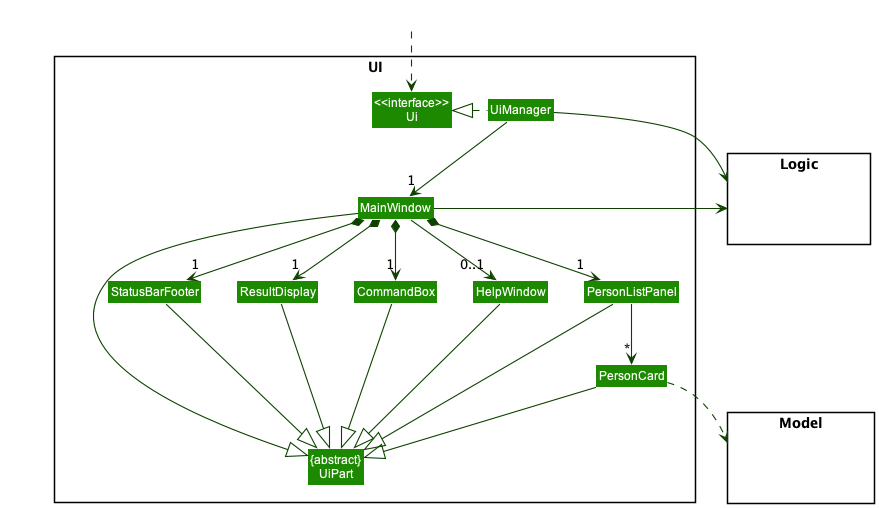
This is docs/images/UiClassDiagram.png from nus-cs2103-AY2223S1/tp, a PlantUML export, as it was before one commit.
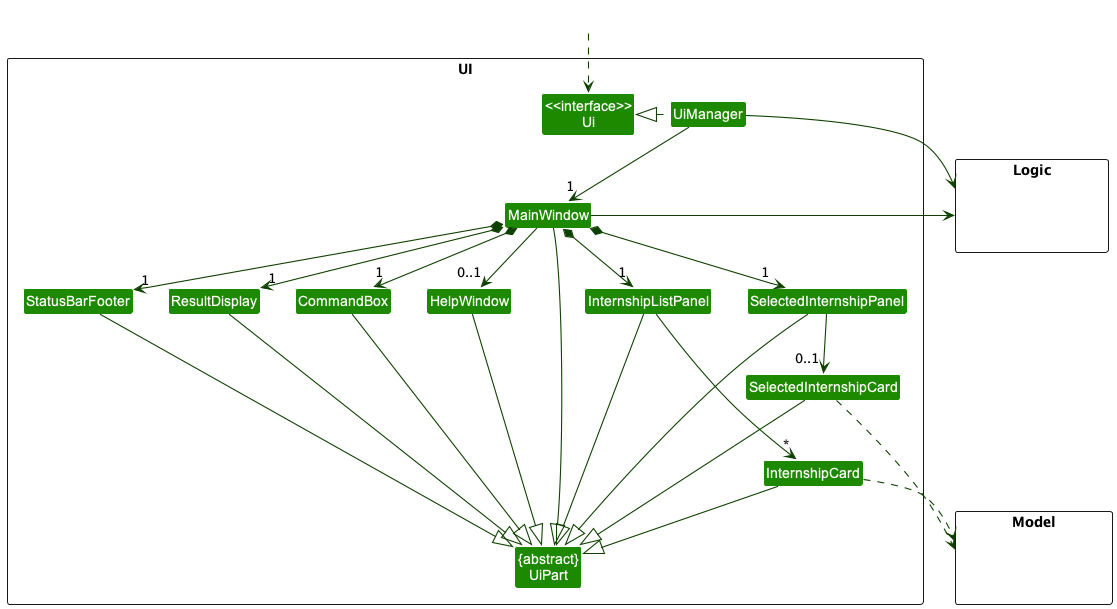
After the change.

Diff of the diagram source:
```diff
@@ -11,10 +11,12 @@
 Class MainWindow
 Class HelpWindow
 Class ResultDisplay
-Class PersonListPanel
-Class PersonCard
+Class InternshipListPanel
+Class InternshipCard
 Class StatusBarFooter
 Class CommandBox
+Class SelectedInternshipPanel
+Class SelectedInternshipCard
 }
 
 package Model <<Rectangle>> {
@@ -32,26 +34,34 @@
 UiManager -down-> "1" MainWindow
 MainWindow *-down->  "1" CommandBox
 MainWindow *-down-> "1" ResultDisplay
-MainWindow *-down-> "1" PersonListPanel
+MainWindow *-down-> "1" InternshipListPanel
 MainWindow *-down-> "1" StatusBarFooter
 MainWindow --> "0..1" HelpWindow
+MainWindow *-down-> "1" SelectedInternshipPanel
 
-PersonListPanel -down-> "*" PersonCard
+InternshipListPanel -down-> "*" InternshipCard
+
+SelectedInternshipPanel -down-> "0..1" SelectedInternshipCard
 
 MainWindow -left-|> UiPart
 
 ResultDisplay --|> UiPart
 CommandBox --|> UiPart
-PersonListPanel --|> UiPart
-PersonCard --|> UiPart
+InternshipListPanel --|> UiPart
+InternshipCard --|> UiPart
 StatusBarFooter --|> UiPart
 HelpWindow --|> UiPart
+SelectedInternshipPanel --|> UiPart
+SelectedInternshipCard --|> UiPart
 
-PersonCard ..> Model
+InternshipCard ..> Model
+SelectedInternshipCard ..> Model
 UiManager -right-> Logic
 MainWindow -left-> Logic
 
-PersonListPanel -[hidden]left- HelpWindow
+SelectedInternshipPanel -[hidden]left- InternshipListPanel
+SelectedInternshipCard -[hidden]- InternshipCard
+InternshipListPanel -[hidden]left- HelpWindow
 HelpWindow -[hidden]left- CommandBox
 CommandBox -[hidden]left- ResultDisplay
 ResultDisplay -[hidden]left- StatusBarFooter
```
